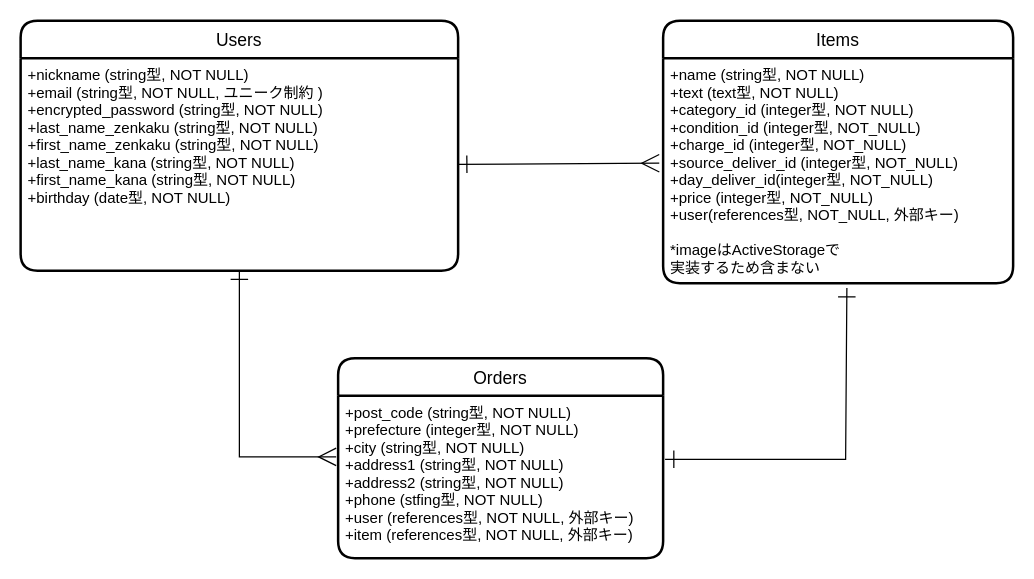
Before: furima_er.dio in lmarcat344/furima-37629, a draw.io diagram. Source tidied: cells renumbered, new cells numbered last; positions are measured from the earlier drawing's top-left corner, leaving out a move shared by most shapes. Both pictures are drawn from the tidied source at 125%, with x=0, y=0 at pixel (20, 20).
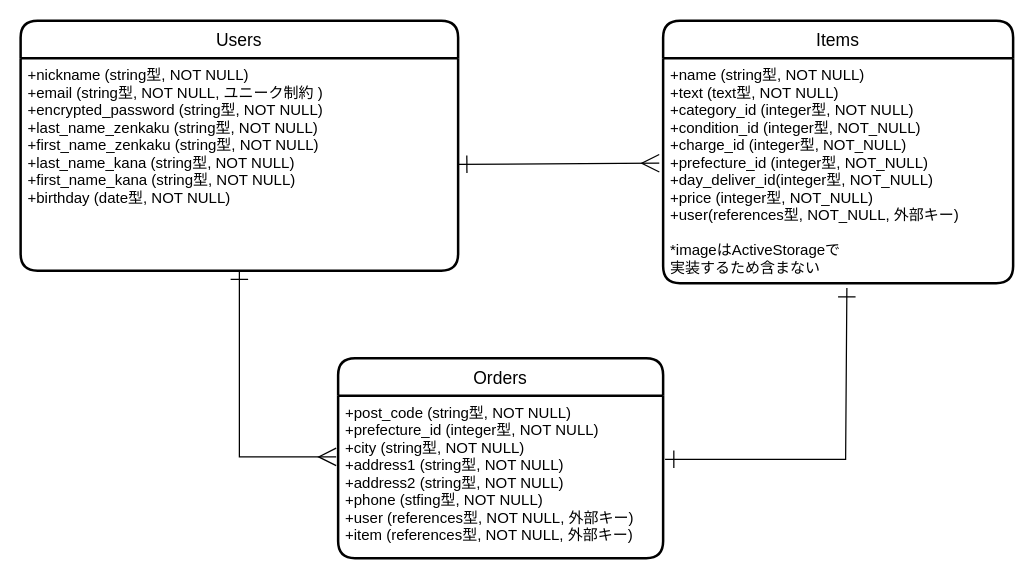
Above is the later version.

Commit message (it also covers changes not shown here):
修正４住所テーブルと商品テーブルの都道府県キー名を合わせた

Diff of the diagram source:
```diff
@@
 <mxGraphModel>
   <root>
     <mxCell id="0" />
     <mxCell id="1" parent="0" />
     <mxCell id="2" value="Users" style="swimlane;horizontal=1;startSize=30;rounded=1;fontSize=14;fontStyle=0;strokeWidth=2;shadow=0;dashed=0;align=center;" parent="1" vertex="1">
       <mxGeometry width="350" height="200" as="geometry" />
     </mxCell>
     <mxCell id="3" value="+nickname (string型, NOT NULL)&#10;+email (string型, NOT NULL, ユニーク制約 )&#10;+encrypted_password (string型, NOT NULL)&#10;+last_name_zenkaku (string型, NOT NULL)&#10;+first_name_zenkaku (string型, NOT NULL)&#10;+last_name_kana (string型, NOT NULL)&#10;+first_name_kana (string型, NOT NULL)&#10;+birthday (date型, NOT NULL)" style="align=left;strokeColor=none;fillColor=none;spacingLeft=4;fontSize=12;verticalAlign=top;" parent="2" vertex="1">
       <mxGeometry y="30" width="350" height="170" as="geometry" />
     </mxCell>
     <mxCell id="4" value="Items" style="swimlane;horizontal=1;startSize=30;rounded=1;fontSize=14;fontStyle=0;strokeWidth=2;shadow=0;dashed=0;align=center;" parent="1" vertex="1">
       <mxGeometry x="514" width="280" height="210" as="geometry" />
     </mxCell>
-    <mxCell id="5" value="+name (string型, NOT NULL)&#10;+text (text型, NOT NULL)&#10;+category_id (integer型, NOT NULL)&#10;+condition_id (integer型, NOT_NULL)&#10;+charge_id (integer型, NOT_NULL)&#10;+source_deliver_id (integer型, NOT_NULL)&#10;+day_deliver_id(integer型, NOT_NULL)&#10;+price (integer型, NOT_NULL)&#10;+user(references型, NOT_NULL, 外部キー)&#10;&#10;*imageはActiveStorageで&#10;実装するため含まない&#10;" style="align=left;strokeColor=none;fillColor=none;spacingLeft=4;fontSize=12;verticalAlign=top;" parent="4" vertex="1">
+    <mxCell id="5" value="+name (string型, NOT NULL)&#10;+text (text型, NOT NULL)&#10;+category_id (integer型, NOT NULL)&#10;+condition_id (integer型, NOT_NULL)&#10;+charge_id (integer型, NOT_NULL)&#10;+prefecture_id (integer型, NOT_NULL)&#10;+day_deliver_id(integer型, NOT_NULL)&#10;+price (integer型, NOT_NULL)&#10;+user(references型, NOT_NULL, 外部キー)&#10;&#10;*imageはActiveStorageで&#10;実装するため含まない&#10;" style="align=left;strokeColor=none;fillColor=none;spacingLeft=4;fontSize=12;verticalAlign=top;" parent="4" vertex="1">
       <mxGeometry y="30" width="280" height="180" as="geometry" />
     </mxCell>
     <mxCell id="6" value="Orders" style="swimlane;horizontal=1;startSize=30;rounded=1;fontSize=14;fontStyle=0;strokeWidth=2;shadow=0;dashed=0;align=center;" parent="1" vertex="1">
       <mxGeometry x="254" y="270" width="260" height="160" as="geometry" />
     </mxCell>
-    <mxCell id="7" value="+post_code (string型, NOT NULL)&#10;+prefecture (integer型, NOT NULL)&#10;+city (string型, NOT NULL)&#10;+address1 (string型, NOT NULL)&#10;+address2 (string型, NOT NULL)&#10;+phone (stfing型, NOT NULL)&#10;+user (references型, NOT NULL, 外部キー)&#10;+item (references型, NOT NULL, 外部キー)" style="align=left;strokeColor=none;fillColor=none;spacingLeft=4;fontSize=12;verticalAlign=top;" parent="6" vertex="1">
+    <mxCell id="7" value="+post_code (string型, NOT NULL)&#10;+prefecture_id (integer型, NOT NULL)&#10;+city (string型, NOT NULL)&#10;+address1 (string型, NOT NULL)&#10;+address2 (string型, NOT NULL)&#10;+phone (stfing型, NOT NULL)&#10;+user (references型, NOT NULL, 外部キー)&#10;+item (references型, NOT NULL, 外部キー)" style="align=left;strokeColor=none;fillColor=none;spacingLeft=4;fontSize=12;verticalAlign=top;" parent="6" vertex="1">
       <mxGeometry y="30" width="260" height="130" as="geometry" />
     </mxCell>
     <mxCell id="8" style="edgeStyle=none;html=1;exitX=0.5;exitY=1;exitDx=0;exitDy=0;entryX=-0.006;entryY=0.377;entryDx=0;entryDy=0;entryPerimeter=0;fontSize=12;rounded=0;strokeColor=default;endArrow=ERmany;endFill=0;startArrow=ERone;startFill=0;endSize=12;startSize=12;" parent="1" edge="1" source="3" target="7">
       <mxGeometry relative="1" as="geometry">
         <Array as="points">
           <mxPoint x="175" y="349" />
         </Array>
       </mxGeometry>
     </mxCell>
     <mxCell id="9" style="edgeStyle=none;rounded=0;html=1;exitX=1;exitY=0.5;exitDx=0;exitDy=0;fontSize=12;endArrow=ERmany;endFill=0;strokeColor=default;startArrow=ERone;startFill=0;strokeWidth=1;endSize=12;targetPerimeterSpacing=0;startSize=12;entryX=-0.011;entryY=0.467;entryDx=0;entryDy=0;entryPerimeter=0;" parent="1" edge="1" source="3" target="5">
       <mxGeometry relative="1" as="geometry" />
     </mxCell>
     <mxCell id="10" style="edgeStyle=none;rounded=0;html=1;exitX=0.525;exitY=1.022;exitDx=0;exitDy=0;entryX=1.006;entryY=0.392;entryDx=0;entryDy=0;entryPerimeter=0;fontSize=12;endArrow=ERone;endFill=0;strokeColor=default;startArrow=ERone;startFill=0;endSize=12;startSize=12;exitPerimeter=0;" parent="1" edge="1" source="5" target="7">
       <mxGeometry relative="1" as="geometry">
         <Array as="points">
           <mxPoint x="660" y="351" />
         </Array>
       </mxGeometry>
     </mxCell>
   </root>
 </mxGraphModel>
```
